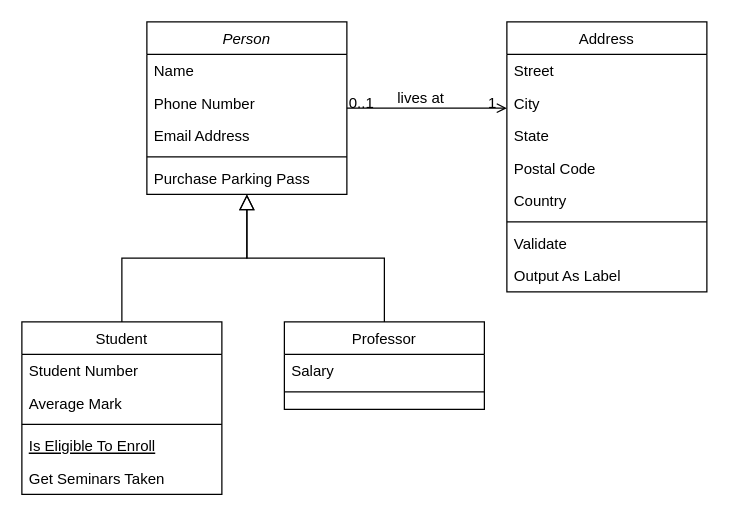
This is daeseda.drawio from zkvn99/daeseda-renewal, a draw.io file, before an edit. Source tidied: cells renumbered, new cells numbered last; positions are measured from the earlier drawing's top-left corner, leaving out a move shared by most shapes. Both pictures are drawn from the tidied source at 125%, with x=0, y=0 at pixel (21, 21).
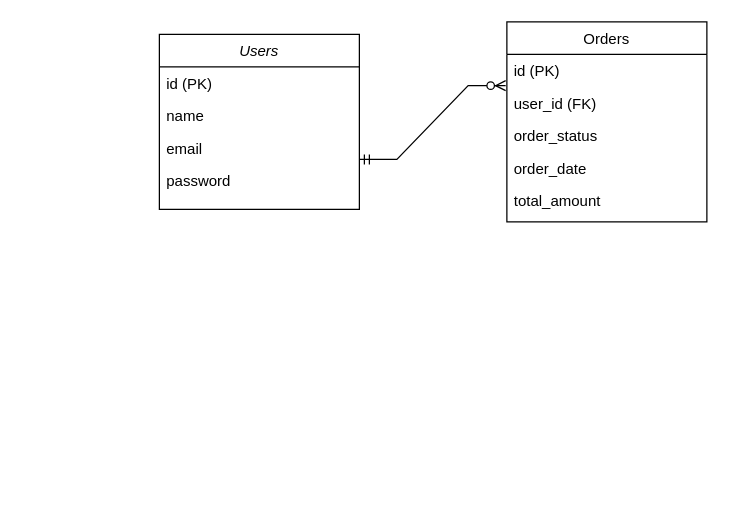
The same diagram, later.

What changed in the source:
```diff
@@
-    <mxCell id="2" value="Person" style="swimlane;fontStyle=2;align=center;verticalAlign=top;horizontal=1;startSize=26;rounded=0;shadow=0;strokeWidth=1;" parent="1" vertex="1">
-      <mxGeometry x="100" width="160" height="138" as="geometry" />
+    <mxCell id="2" value="Users" style="swimlane;fontStyle=2;align=center;verticalAlign=top;horizontal=1;startSize=26;rounded=0;shadow=0;strokeWidth=1;" parent="1" vertex="1">
+      <mxGeometry x="110" y="10" width="160" height="140" as="geometry" />
     </mxCell>
-    <mxCell id="3" value="Name" style="text;align=left;verticalAlign=top;spacingLeft=4;spacingRight=4;overflow=hidden;" parent="2" vertex="1">
+    <mxCell id="3" value="id (PK)" style="text;align=left;verticalAlign=top;spacingLeft=4;spacingRight=4;overflow=hidden;" parent="2" vertex="1">
       <mxGeometry y="26" width="160" height="26" as="geometry" />
     </mxCell>
+    <mxCell id="32" value="name" style="text;align=left;verticalAlign=top;spacingLeft=4;spacingRight=4;overflow=hidden;rounded=0;shadow=0;html=0;" parent="2" vertex="1">
+      <mxGeometry y="52" width="160" height="26" as="geometry" />
+    </mxCell>
-    <mxCell id="4" value="Phone Number" style="text;align=left;verticalAlign=top;spacingLeft=4;spacingRight=4;overflow=hidden;rounded=0;shadow=0;html=0;" parent="2" vertex="1">
-      <mxGeometry y="52" width="160" height="26" as="geometry" />
+    <mxCell id="4" value="email" style="text;align=left;verticalAlign=top;spacingLeft=4;spacingRight=4;overflow=hidden;rounded=0;shadow=0;html=0;" parent="2" vertex="1">
+      <mxGeometry y="78" width="160" height="26" as="geometry" />
     </mxCell>
-    <mxCell id="5" value="Email Address" style="text;align=left;verticalAlign=top;spacingLeft=4;spacingRight=4;overflow=hidden;rounded=0;shadow=0;html=0;" parent="2" vertex="1">
-      <mxGeometry y="78" width="160" height="26" as="geometry" />
+    <mxCell id="5" value="password" style="text;align=left;verticalAlign=top;spacingLeft=4;spacingRight=4;overflow=hidden;rounded=0;shadow=0;html=0;" parent="2" vertex="1">
+      <mxGeometry y="104" width="160" height="26" as="geometry" />
     </mxCell>
-    <mxCell id="6" style="line;html=1;strokeWidth=1;align=left;verticalAlign=middle;spacingTop=-1;spacingLeft=3;spacingRight=3;labelPosition=right;" parent="2" vertex="1">
-      <mxGeometry y="104" width="160" height="8" as="geometry" />
-    </mxCell>
-    <mxCell id="7" value="Purchase Parking Pass" style="text;align=left;verticalAlign=top;spacingLeft=4;spacingRight=4;overflow=hidden;" parent="2" vertex="1">
-      <mxGeometry y="112" width="160" height="26" as="geometry" />
-    </mxCell>
-    <mxCell id="8" value="Student" style="swimlane;fontStyle=0;align=center;verticalAlign=top;horizontal=1;startSize=26;rounded=0;shadow=0;strokeWidth=1;" parent="1" vertex="1">
-      <mxGeometry y="240" width="160" height="138" as="geometry" />
-    </mxCell>
-    <mxCell id="9" value="Student Number" style="text;align=left;verticalAlign=top;spacingLeft=4;spacingRight=4;overflow=hidden;" parent="8" vertex="1">
-      <mxGeometry y="26" width="160" height="26" as="geometry" />
-    </mxCell>
-    <mxCell id="10" value="Average Mark" style="text;align=left;verticalAlign=top;spacingLeft=4;spacingRight=4;overflow=hidden;rounded=0;shadow=0;html=0;" parent="8" vertex="1">
-      <mxGeometry y="52" width="160" height="26" as="geometry" />
-    </mxCell>
-    <mxCell id="11" style="line;html=1;strokeWidth=1;align=left;verticalAlign=middle;spacingTop=-1;spacingLeft=3;spacingRight=3;labelPosition=right;" parent="8" vertex="1">
-      <mxGeometry y="78" width="160" height="8" as="geometry" />
-    </mxCell>
-    <mxCell id="12" value="Is Eligible To Enroll" style="text;align=left;verticalAlign=top;spacingLeft=4;spacingRight=4;overflow=hidden;fontStyle=4;" parent="8" vertex="1">
-      <mxGeometry y="86" width="160" height="26" as="geometry" />
-    </mxCell>
-    <mxCell id="13" value="Get Seminars Taken" style="text;align=left;verticalAlign=top;spacingLeft=4;spacingRight=4;overflow=hidden;" parent="8" vertex="1">
-      <mxGeometry y="112" width="160" height="26" as="geometry" />
-    </mxCell>
-    <mxCell id="14" style="endArrow=block;endSize=10;endFill=0;shadow=0;strokeWidth=1;rounded=0;curved=0;edgeStyle=elbowEdgeStyle;elbow=vertical;" parent="1" edge="1" source="8" target="2">
-      <mxGeometry relative="1" as="geometry" />
-    </mxCell>
-    <mxCell id="15" value="Professor" style="swimlane;fontStyle=0;align=center;verticalAlign=top;horizontal=1;startSize=26;rounded=0;shadow=0;strokeWidth=1;" parent="1" vertex="1">
-      <mxGeometry x="210" y="240" width="160" height="70" as="geometry" />
-    </mxCell>
-    <mxCell id="16" value="Salary" style="text;align=left;verticalAlign=top;spacingLeft=4;spacingRight=4;overflow=hidden;" parent="15" vertex="1">
-      <mxGeometry y="26" width="160" height="26" as="geometry" />
-    </mxCell>
-    <mxCell id="17" style="line;html=1;strokeWidth=1;align=left;verticalAlign=middle;spacingTop=-1;spacingLeft=3;spacingRight=3;labelPosition=right;" parent="15" vertex="1">
-      <mxGeometry y="52" width="160" height="8" as="geometry" />
-    </mxCell>
-    <mxCell id="18" style="endArrow=block;endSize=10;endFill=0;shadow=0;strokeWidth=1;rounded=0;curved=0;edgeStyle=elbowEdgeStyle;elbow=vertical;" parent="1" edge="1" source="15" target="2">
-      <mxGeometry relative="1" as="geometry" />
-    </mxCell>
-    <mxCell id="19" value="Address" style="swimlane;fontStyle=0;align=center;verticalAlign=top;horizontal=1;startSize=26;rounded=0;shadow=0;strokeWidth=1;" parent="1" vertex="1">
-      <mxGeometry x="388" width="160" height="216" as="geometry" />
+    <mxCell id="19" value="Orders" style="swimlane;fontStyle=0;align=center;verticalAlign=top;horizontal=1;startSize=26;rounded=0;shadow=0;strokeWidth=1;" parent="1" vertex="1">
+      <mxGeometry x="388" width="160" height="160" as="geometry" />
     </mxCell>
-    <mxCell id="20" value="Street" style="text;align=left;verticalAlign=top;spacingLeft=4;spacingRight=4;overflow=hidden;" parent="19" vertex="1">
+    <mxCell id="20" value="id (PK)" style="text;align=left;verticalAlign=top;spacingLeft=4;spacingRight=4;overflow=hidden;" parent="19" vertex="1">
       <mxGeometry y="26" width="160" height="26" as="geometry" />
     </mxCell>
-    <mxCell id="21" value="City" style="text;align=left;verticalAlign=top;spacingLeft=4;spacingRight=4;overflow=hidden;points=[[0,0.5],[1,0.5]];portConstraint=eastwest;rounded=0;shadow=0;html=0;" parent="19" vertex="1">
+    <mxCell id="21" value="user_id (FK)" style="text;align=left;verticalAlign=top;spacingLeft=4;spacingRight=4;overflow=hidden;points=[[0,0.5],[1,0.5]];portConstraint=eastwest;rounded=0;shadow=0;html=0;" parent="19" vertex="1">
       <mxGeometry y="52" width="160" height="26" as="geometry" />
     </mxCell>
-    <mxCell id="22" value="State" style="text;align=left;verticalAlign=top;spacingLeft=4;spacingRight=4;overflow=hidden;rounded=0;shadow=0;html=0;" parent="19" vertex="1">
+    <mxCell id="22" value="order_status" style="text;align=left;verticalAlign=top;spacingLeft=4;spacingRight=4;overflow=hidden;rounded=0;shadow=0;html=0;" parent="19" vertex="1">
       <mxGeometry y="78" width="160" height="26" as="geometry" />
     </mxCell>
-    <mxCell id="23" value="Postal Code" style="text;align=left;verticalAlign=top;spacingLeft=4;spacingRight=4;overflow=hidden;rounded=0;shadow=0;html=0;" parent="19" vertex="1">
+    <mxCell id="23" value="order_date" style="text;align=left;verticalAlign=top;spacingLeft=4;spacingRight=4;overflow=hidden;rounded=0;shadow=0;html=0;" parent="19" vertex="1">
       <mxGeometry y="104" width="160" height="26" as="geometry" />
     </mxCell>
-    <mxCell id="24" value="Country" style="text;align=left;verticalAlign=top;spacingLeft=4;spacingRight=4;overflow=hidden;rounded=0;shadow=0;html=0;" parent="19" vertex="1">
+    <mxCell id="24" value="total_amount" style="text;align=left;verticalAlign=top;spacingLeft=4;spacingRight=4;overflow=hidden;rounded=0;shadow=0;html=0;" parent="19" vertex="1">
       <mxGeometry y="130" width="160" height="26" as="geometry" />
     </mxCell>
-    <mxCell id="25" style="line;html=1;strokeWidth=1;align=left;verticalAlign=middle;spacingTop=-1;spacingLeft=3;spacingRight=3;labelPosition=right;" parent="19" vertex="1">
-      <mxGeometry y="156" width="160" height="8" as="geometry" />
-    </mxCell>
-    <mxCell id="26" value="Validate" style="text;align=left;verticalAlign=top;spacingLeft=4;spacingRight=4;overflow=hidden;" parent="19" vertex="1">
-      <mxGeometry y="164" width="160" height="26" as="geometry" />
-    </mxCell>
-    <mxCell id="27" value="Output As Label" style="text;align=left;verticalAlign=top;spacingLeft=4;spacingRight=4;overflow=hidden;" parent="19" vertex="1">
-      <mxGeometry y="190" width="160" height="26" as="geometry" />
-    </mxCell>
-    <mxCell id="28" style="endArrow=open;shadow=0;strokeWidth=1;rounded=0;curved=0;endFill=1;edgeStyle=elbowEdgeStyle;elbow=vertical;" parent="1" edge="1" source="2" target="19">
-      <mxGeometry x="0.5" y="41" relative="1" as="geometry">
-        <mxPoint x="-40" y="32" as="offset" />
-      </mxGeometry>
-    </mxCell>
-    <mxCell id="29" value="0..1" style="align=left;verticalAlign=bottom;labelBackgroundColor=none;fontSize=12;" parent="28" vertex="1">
-      <mxGeometry x="-1" relative="1" as="geometry">
-        <mxPoint y="4" as="offset" />
-      </mxGeometry>
-    </mxCell>
-    <mxCell id="30" value="1" style="align=right;verticalAlign=bottom;labelBackgroundColor=none;fontSize=12;" parent="28" vertex="1">
-      <mxGeometry x="1" relative="1" as="geometry">
-        <mxPoint x="-7" y="4" as="offset" />
-      </mxGeometry>
-    </mxCell>
-    <mxCell id="31" value="lives at" style="text;html=1;align=center;verticalAlign=middle;labelBackgroundColor=none;rounded=0;shadow=0;strokeWidth=1;fontSize=12;" parent="28" vertex="1">
-      <mxGeometry x="0.5" y="49" relative="1" as="geometry">
-        <mxPoint x="-38" y="40" as="offset" />
-      </mxGeometry>
-    </mxCell>
+    <mxCell id="33" style="edgeStyle=entityRelationEdgeStyle;fontSize=12;html=1;endArrow=ERzeroToMany;startArrow=ERmandOne;rounded=0;entryX=-0.006;entryY=-0.038;entryDx=0;entryDy=0;entryPerimeter=0;" parent="1" edge="1" target="21">
+      <mxGeometry relative="1" as="geometry">
+        <mxPoint x="270" y="110" as="sourcePoint" />
+      </mxGeometry>
+    </mxCell>
```
